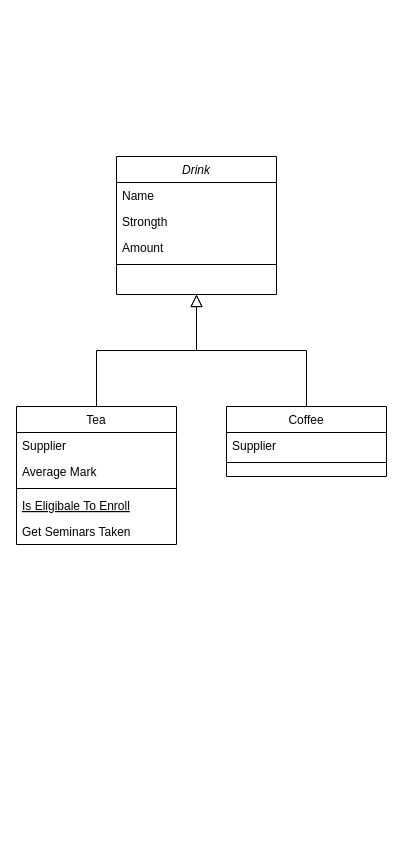
The draw.io diagram Диаграммы/classesDiagram.drawio in programmers42p/CoffeMachineApp, before the edit. Source tidied: cells renumbered, new cells numbered last; positions are measured from the earlier drawing's top-left corner, leaving out a move shared by most shapes. Both pictures are drawn from the tidied source at 100%, with x=0, y=0 at pixel (16, 156).
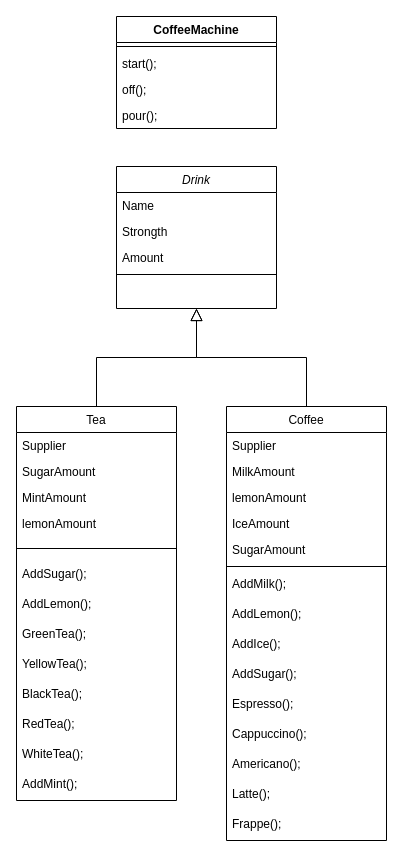
The same diagram, later.

Change to the diagram source:
```diff
@@
     <mxCell id="2" value="Drink" style="swimlane;fontStyle=2;align=center;verticalAlign=top;horizontal=1;startSize=26;rounded=0;shadow=0;strokeWidth=1;" parent="1" vertex="1">
-      <mxGeometry x="100" width="160" height="138" as="geometry" />
+      <mxGeometry x="100" y="10" width="160" height="142" as="geometry" />
     </mxCell>
@@
     <mxCell id="7" value="Tea" style="swimlane;fontStyle=0;align=center;verticalAlign=top;horizontal=1;startSize=26;rounded=0;shadow=0;strokeWidth=1;" parent="1" vertex="1">
-      <mxGeometry y="250" width="160" height="138" as="geometry" />
+      <mxGeometry y="250" width="160" height="394" as="geometry" />
     </mxCell>
@@
-    <mxCell id="9" value="Average Mark" style="text;align=left;verticalAlign=top;spacingLeft=4;spacingRight=4;overflow=hidden;rounded=0;shadow=0;html=0;" parent="7" vertex="1">
-      <mxGeometry y="52" width="160" height="26" as="geometry" />
-    </mxCell>
+    <mxCell id="18" value="SugarAmount" style="text;strokeColor=none;fillColor=none;align=left;verticalAlign=top;spacingLeft=4;spacingRight=4;overflow=hidden;" parent="7" vertex="1">
+      <mxGeometry y="52" width="160" height="26" as="geometry" />
+    </mxCell>
+    <mxCell id="19" value="MintAmount" style="text;strokeColor=none;fillColor=none;align=left;verticalAlign=top;spacingLeft=4;spacingRight=4;overflow=hidden;" parent="7" vertex="1">
+      <mxGeometry y="78" width="160" height="26" as="geometry" />
+    </mxCell>
+    <mxCell id="20" value="lemonAmount" style="text;strokeColor=none;fillColor=none;align=left;verticalAlign=top;spacingLeft=4;spacingRight=4;overflow=hidden;" parent="7" vertex="1">
+      <mxGeometry y="104" width="160" height="26" as="geometry" />
+    </mxCell>
     <mxCell id="10" style="line;html=1;strokeWidth=1;align=left;verticalAlign=middle;spacingTop=-1;spacingLeft=3;spacingRight=3;labelPosition=right;" parent="7" vertex="1">
-      <mxGeometry y="78" width="160" height="8" as="geometry" />
+      <mxGeometry y="130" width="160" height="24" as="geometry" />
     </mxCell>
-    <mxCell id="11" value="Is Eligibale To Enroll" style="text;align=left;verticalAlign=top;spacingLeft=4;spacingRight=4;overflow=hidden;fontStyle=4;" parent="7" vertex="1">
-      <mxGeometry y="86" width="160" height="26" as="geometry" />
-    </mxCell>
-    <mxCell id="12" value="Get Seminars Taken" style="text;align=left;verticalAlign=top;spacingLeft=4;spacingRight=4;overflow=hidden;" parent="7" vertex="1">
-      <mxGeometry y="112" width="160" height="26" as="geometry" />
-    </mxCell>
+    <mxCell id="21" value="AddSugar();" style="text;strokeColor=none;fillColor=none;align=left;verticalAlign=top;spacingLeft=4;spacingRight=4;overflow=hidden;" parent="7" vertex="1">
+      <mxGeometry y="154" width="160" height="30" as="geometry" />
+    </mxCell>
+    <mxCell id="22" value="AddLemon();" style="text;strokeColor=none;fillColor=none;align=left;verticalAlign=top;spacingLeft=4;spacingRight=4;overflow=hidden;" parent="7" vertex="1">
+      <mxGeometry y="184" width="160" height="30" as="geometry" />
+    </mxCell>
+    <mxCell id="23" value="GreenTea();" style="text;strokeColor=none;fillColor=none;align=left;verticalAlign=top;spacingLeft=4;spacingRight=4;overflow=hidden;" parent="7" vertex="1">
+      <mxGeometry y="214" width="160" height="30" as="geometry" />
+    </mxCell>
+    <mxCell id="24" value="YellowTea();" style="text;strokeColor=none;fillColor=none;align=left;verticalAlign=top;spacingLeft=4;spacingRight=4;overflow=hidden;" parent="7" vertex="1">
+      <mxGeometry y="244" width="160" height="30" as="geometry" />
+    </mxCell>
+    <mxCell id="25" value="BlackTea();" style="text;strokeColor=none;fillColor=none;align=left;verticalAlign=top;spacingLeft=4;spacingRight=4;overflow=hidden;" parent="7" vertex="1">
+      <mxGeometry y="274" width="160" height="30" as="geometry" />
+    </mxCell>
+    <mxCell id="26" value="RedTea();" style="text;strokeColor=none;fillColor=none;align=left;verticalAlign=top;spacingLeft=4;spacingRight=4;overflow=hidden;" parent="7" vertex="1">
+      <mxGeometry y="304" width="160" height="30" as="geometry" />
+    </mxCell>
+    <mxCell id="27" value="WhiteTea();" style="text;strokeColor=none;fillColor=none;align=left;verticalAlign=top;spacingLeft=4;spacingRight=4;overflow=hidden;" parent="7" vertex="1">
+      <mxGeometry y="334" width="160" height="30" as="geometry" />
+    </mxCell>
+    <mxCell id="28" value="AddMint();" style="text;strokeColor=none;fillColor=none;align=left;verticalAlign=top;spacingLeft=4;spacingRight=4;overflow=hidden;" parent="7" vertex="1">
+      <mxGeometry y="364" width="160" height="30" as="geometry" />
+    </mxCell>
@@
     <mxCell id="14" value="Coffee" style="swimlane;fontStyle=0;align=center;verticalAlign=top;horizontal=1;startSize=26;rounded=0;shadow=0;strokeWidth=1;" parent="1" vertex="1">
-      <mxGeometry x="210" y="250" width="160" height="70" as="geometry" />
+      <mxGeometry x="210" y="250" width="160" height="434" as="geometry" />
     </mxCell>
@@
+    <mxCell id="29" value="MilkAmount " style="text;strokeColor=none;fillColor=none;align=left;verticalAlign=top;spacingLeft=4;spacingRight=4;overflow=hidden;" parent="14" vertex="1">
+      <mxGeometry y="52" width="160" height="26" as="geometry" />
+    </mxCell>
+    <mxCell id="30" value="lemonAmount" style="text;strokeColor=none;fillColor=none;align=left;verticalAlign=top;spacingLeft=4;spacingRight=4;overflow=hidden;" parent="14" vertex="1">
+      <mxGeometry y="78" width="160" height="26" as="geometry" />
+    </mxCell>
+    <mxCell id="31" value="IceAmount" style="text;strokeColor=none;fillColor=none;align=left;verticalAlign=top;spacingLeft=4;spacingRight=4;overflow=hidden;" parent="14" vertex="1">
+      <mxGeometry y="104" width="160" height="26" as="geometry" />
+    </mxCell>
+    <mxCell id="32" value="SugarAmount" style="text;strokeColor=none;fillColor=none;align=left;verticalAlign=top;spacingLeft=4;spacingRight=4;overflow=hidden;" parent="14" vertex="1">
+      <mxGeometry y="130" width="160" height="26" as="geometry" />
+    </mxCell>
     <mxCell id="16" style="line;html=1;strokeWidth=1;align=left;verticalAlign=middle;spacingTop=-1;spacingLeft=3;spacingRight=3;labelPosition=right;" parent="14" vertex="1">
-      <mxGeometry y="52" width="160" height="8" as="geometry" />
+      <mxGeometry y="156" width="160" height="8" as="geometry" />
     </mxCell>
+    <mxCell id="33" value="AddMilk();" style="text;strokeColor=none;fillColor=none;align=left;verticalAlign=top;spacingLeft=4;spacingRight=4;overflow=hidden;" parent="14" vertex="1">
+      <mxGeometry y="164" width="160" height="30" as="geometry" />
+    </mxCell>
+    <mxCell id="34" value="AddLemon();" style="text;strokeColor=none;fillColor=none;align=left;verticalAlign=top;spacingLeft=4;spacingRight=4;overflow=hidden;" parent="14" vertex="1">
+      <mxGeometry y="194" width="160" height="30" as="geometry" />
+    </mxCell>
+    <mxCell id="35" value="AddIce();" style="text;strokeColor=none;fillColor=none;align=left;verticalAlign=top;spacingLeft=4;spacingRight=4;overflow=hidden;" parent="14" vertex="1">
+      <mxGeometry y="224" width="160" height="30" as="geometry" />
+    </mxCell>
+    <mxCell id="36" value="AddSugar();" style="text;strokeColor=none;fillColor=none;align=left;verticalAlign=top;spacingLeft=4;spacingRight=4;overflow=hidden;" parent="14" vertex="1">
+      <mxGeometry y="254" width="160" height="30" as="geometry" />
+    </mxCell>
+    <mxCell id="37" value="Espresso();" style="text;strokeColor=none;fillColor=none;align=left;verticalAlign=top;spacingLeft=4;spacingRight=4;overflow=hidden;" parent="14" vertex="1">
+      <mxGeometry y="284" width="160" height="30" as="geometry" />
+    </mxCell>
+    <mxCell id="38" value="Cappuccino();" style="text;strokeColor=none;fillColor=none;align=left;verticalAlign=top;spacingLeft=4;spacingRight=4;overflow=hidden;" parent="14" vertex="1">
+      <mxGeometry y="314" width="160" height="30" as="geometry" />
+    </mxCell>
+    <mxCell id="39" value="Americano();" style="text;strokeColor=none;fillColor=none;align=left;verticalAlign=top;spacingLeft=4;spacingRight=4;overflow=hidden;" parent="14" vertex="1">
+      <mxGeometry y="344" width="160" height="30" as="geometry" />
+    </mxCell>
+    <mxCell id="40" value="Latte();" style="text;strokeColor=none;fillColor=none;align=left;verticalAlign=top;spacingLeft=4;spacingRight=4;overflow=hidden;" parent="14" vertex="1">
+      <mxGeometry y="374" width="160" height="30" as="geometry" />
+    </mxCell>
+    <mxCell id="41" value="Frappe();" style="text;strokeColor=none;fillColor=none;align=left;verticalAlign=top;spacingLeft=4;spacingRight=4;overflow=hidden;" parent="14" vertex="1">
+      <mxGeometry y="404" width="160" height="30" as="geometry" />
+    </mxCell>
@@
+    <mxCell id="42" value="CoffeeMachine" style="swimlane;fontStyle=1;align=center;verticalAlign=top;horizontal=1;startSize=26;" parent="1" vertex="1">
+      <mxGeometry x="100" y="-140" width="160" height="112" as="geometry" />
+    </mxCell>
+    <mxCell id="43" style="line;strokeWidth=1;fillColor=none;align=left;verticalAlign=middle;spacingTop=-1;spacingLeft=3;spacingRight=3;labelPosition=right;" parent="42" vertex="1">
+      <mxGeometry y="26" width="160" height="8" as="geometry" />
+    </mxCell>
+    <mxCell id="44" value="start();" style="text;strokeColor=none;fillColor=none;align=left;verticalAlign=top;spacingLeft=4;spacingRight=4;overflow=hidden;" parent="42" vertex="1">
+      <mxGeometry y="34" width="160" height="26" as="geometry" />
+    </mxCell>
+    <mxCell id="45" value="off();" style="text;strokeColor=none;fillColor=none;align=left;verticalAlign=top;spacingLeft=4;spacingRight=4;overflow=hidden;" parent="42" vertex="1">
+      <mxGeometry y="60" width="160" height="26" as="geometry" />
+    </mxCell>
+    <mxCell id="46" value="pour();" style="text;strokeColor=none;fillColor=none;align=left;verticalAlign=top;spacingLeft=4;spacingRight=4;overflow=hidden;" parent="42" vertex="1">
+      <mxGeometry y="86" width="160" height="26" as="geometry" />
+    </mxCell>
```
